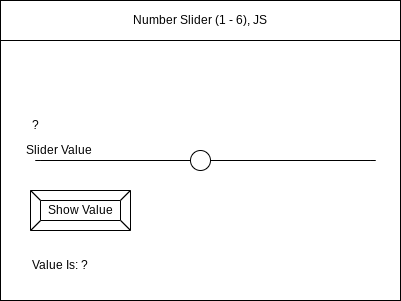
Before: design/Unit5-01-storyboard.png, a diagram exported from draw.io (sam-corbett/ICS2O-Unit5-01). Source tidied: cells renumbered, new cells last; positions are measured from the earlier drawing's top-left corner, leaving out a move shared by most shapes. Its diagram source:
```xml
<mxGraphModel>
  <root>
    <mxCell id="0" />
    <mxCell id="1" parent="0" />
    <mxCell id="2" style="rounded=0;whiteSpace=wrap;html=1;" parent="1" vertex="1">
      <mxGeometry width="400" height="300" as="geometry" />
    </mxCell>
    <mxCell id="3" value="Number Slider (1 - 6), JS" style="rounded=0;whiteSpace=wrap;html=1;" parent="1" vertex="1">
      <mxGeometry width="400" height="40" as="geometry" />
    </mxCell>
    <mxCell id="4" value="Show Value" style="labelPosition=center;verticalLabelPosition=middle;align=center;html=1;shape=mxgraph.basic.button;dx=10;" parent="1" vertex="1">
      <mxGeometry x="30" y="190" width="100" height="40" as="geometry" />
    </mxCell>
    <mxCell id="5" style="group;" parent="1" vertex="1">
      <mxGeometry x="70" y="150" width="260" height="20" as="geometry" />
    </mxCell>
    <mxCell id="6" style="endArrow=none;html=1;startArrow=none;" parent="5" edge="1" source="7">
      <mxGeometry relative="1" as="geometry">
        <mxPoint x="260" y="10" as="targetPoint" />
        <Array as="points">
          <mxPoint x="310" y="10" />
        </Array>
      </mxGeometry>
    </mxCell>
    <mxCell id="7" style="ellipse;whiteSpace=wrap;html=1;" parent="5" vertex="1">
      <mxGeometry x="120" width="20" height="20" as="geometry" />
    </mxCell>
    <mxCell id="8" style="endArrow=none;html=1;" parent="5" edge="1" target="7">
      <mxGeometry relative="1" as="geometry">
        <mxPoint y="10" as="sourcePoint" />
        <Array as="points">
          <mxPoint x="-40" y="10" />
        </Array>
      </mxGeometry>
    </mxCell>
    <mxCell id="9" value="Slider Value&amp;nbsp;" style="text;html=1;strokeColor=none;fillColor=none;align=center;verticalAlign=middle;whiteSpace=wrap;rounded=0;" parent="1" vertex="1">
      <mxGeometry x="20" y="142.5" width="80" height="15" as="geometry" />
    </mxCell>
    <mxCell id="10" value="?" style="text;html=1;strokeColor=none;fillColor=none;align=center;verticalAlign=middle;whiteSpace=wrap;rounded=0;" parent="1" vertex="1">
      <mxGeometry x="20" y="120" width="30" height="10" as="geometry" />
    </mxCell>
    <mxCell id="11" value="Value Is: ?" style="text;html=1;strokeColor=none;fillColor=none;align=center;verticalAlign=middle;whiteSpace=wrap;rounded=0;" parent="1" vertex="1">
      <mxGeometry x="30" y="250" width="60" height="30" as="geometry" />
    </mxCell>
  </root>
</mxGraphModel>
```
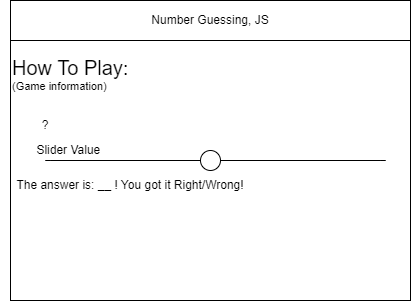
Later version of the same file.

What changed in the source:
```diff
@@ -5,12 +5,9 @@
     <mxCell id="2" style="rounded=0;whiteSpace=wrap;html=1;" parent="1" vertex="1">
       <mxGeometry width="400" height="300" as="geometry" />
     </mxCell>
-    <mxCell id="3" value="Number Slider (1 - 6), JS" style="rounded=0;whiteSpace=wrap;html=1;" parent="1" vertex="1">
+    <mxCell id="3" value="Number Guessing, JS" style="rounded=0;whiteSpace=wrap;html=1;" parent="1" vertex="1">
       <mxGeometry width="400" height="40" as="geometry" />
     </mxCell>
-    <mxCell id="4" value="Show Value" style="labelPosition=center;verticalLabelPosition=middle;align=center;html=1;shape=mxgraph.basic.button;dx=10;" parent="1" vertex="1">
-      <mxGeometry x="30" y="190" width="100" height="40" as="geometry" />
-    </mxCell>
     <mxCell id="5" style="group;" parent="1" vertex="1">
       <mxGeometry x="70" y="150" width="260" height="20" as="geometry" />
     </mxCell>
@@ -39,8 +36,11 @@
     <mxCell id="10" value="?" style="text;html=1;strokeColor=none;fillColor=none;align=center;verticalAlign=middle;whiteSpace=wrap;rounded=0;" parent="1" vertex="1">
       <mxGeometry x="20" y="120" width="30" height="10" as="geometry" />
     </mxCell>
-    <mxCell id="11" value="Value Is: ?" style="text;html=1;strokeColor=none;fillColor=none;align=center;verticalAlign=middle;whiteSpace=wrap;rounded=0;" parent="1" vertex="1">
-      <mxGeometry x="30" y="250" width="60" height="30" as="geometry" />
+    <mxCell id="11" value="The answer is: __ ! You got it Right/Wrong!" style="text;html=1;strokeColor=none;fillColor=none;align=center;verticalAlign=middle;whiteSpace=wrap;rounded=0;" parent="1" vertex="1">
+      <mxGeometry x="-10" y="170" width="260" height="30" as="geometry" />
     </mxCell>
+    <mxCell id="12" value="&lt;div&gt;&lt;font style=&quot;font-size: 20px&quot;&gt;How To Play:&lt;/font&gt;&lt;/div&gt;&lt;div style=&quot;font-size: 11px&quot;&gt;(Game information)&lt;/div&gt;" style="text;html=1;strokeColor=none;fillColor=none;align=left;verticalAlign=middle;whiteSpace=wrap;rounded=0;" parent="1" vertex="1">
+      <mxGeometry y="50" width="130" height="47.5" as="geometry" />
+    </mxCell>
   </root>
 </mxGraphModel>
```
